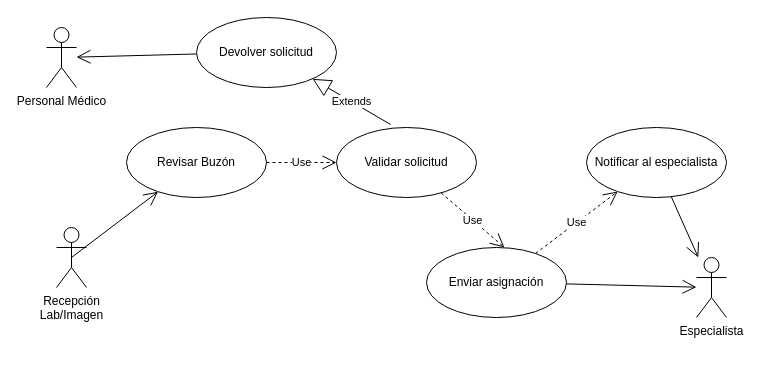
Above: page "CU Recepcionista" (11 of 15) of Diagramas de los Módulos.drawio in marguello86/Equipo1_MINSA (draw.io), before the change. Source tidied: cells renumbered, new cells numbered last; positions are measured from the earlier drawing's top-left corner, leaving out a move shared by most shapes. Both pictures are drawn from the tidied source at 100%, with x=0, y=0 at pixel (46, 17).
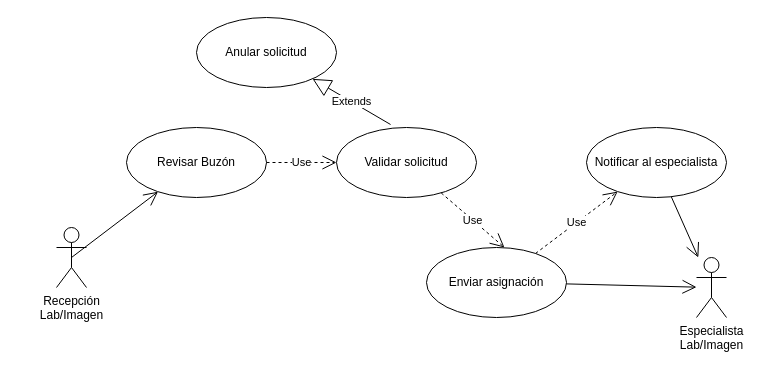
After the change.

Diff of the diagram source:
```diff
@@
 <mxGraphModel>
   <root>
     <mxCell id="0" />
     <mxCell id="1" parent="0" />
     <mxCell id="2" value="Recepción&lt;br&gt;Lab/Imagen" style="shape=umlActor;verticalLabelPosition=bottom;verticalAlign=top;html=1;" parent="1" vertex="1">
       <mxGeometry x="10" y="210" width="30" height="60" as="geometry" />
     </mxCell>
     <mxCell id="3" value="Revisar Buzón" style="ellipse;whiteSpace=wrap;html=1;" parent="1" vertex="1">
       <mxGeometry x="80" y="110" width="140" height="70" as="geometry" />
     </mxCell>
     <mxCell id="4" style="endArrow=open;endFill=1;endSize=12;html=1;rounded=0;exitX=0.5;exitY=0.5;exitDx=0;exitDy=0;exitPerimeter=0;" parent="1" edge="1" source="2" target="3">
       <mxGeometry relative="1" as="geometry" />
     </mxCell>
-    <mxCell id="5" value="Especialista" style="shape=umlActor;verticalLabelPosition=bottom;verticalAlign=top;html=1;" parent="1" vertex="1">
+    <mxCell id="5" value="Especialista&lt;br&gt;Lab/Imagen" style="shape=umlActor;verticalLabelPosition=bottom;verticalAlign=top;html=1;" parent="1" vertex="1">
       <mxGeometry x="650" y="240" width="30" height="60" as="geometry" />
     </mxCell>
     <mxCell id="6" value="Validar solicitud" style="ellipse;whiteSpace=wrap;html=1;" parent="1" vertex="1">
       <mxGeometry x="290" y="110" width="140" height="70" as="geometry" />
     </mxCell>
     <mxCell id="7" value="Use" style="endArrow=open;endSize=12;dashed=1;html=1;rounded=0;" parent="1" edge="1" source="3" target="6">
       <mxGeometry relative="1" as="geometry" />
     </mxCell>
-    <mxCell id="8" value="Personal Médico" style="shape=umlActor;verticalLabelPosition=bottom;verticalAlign=top;html=1;" parent="1" vertex="1">
-      <mxGeometry y="10" width="30" height="60" as="geometry" />
-    </mxCell>
-    <mxCell id="9" value="Devolver solicitud" style="ellipse;whiteSpace=wrap;html=1;" parent="1" vertex="1">
+    <mxCell id="9" value="Anular solicitud" style="ellipse;whiteSpace=wrap;html=1;" parent="1" vertex="1">
       <mxGeometry x="150" width="140" height="70" as="geometry" />
     </mxCell>
     <mxCell id="10" value="Extends" style="endArrow=block;endSize=16;endFill=0;html=1;rounded=0;exitX=0.386;exitY=-0.043;exitDx=0;exitDy=0;exitPerimeter=0;" parent="1" edge="1" source="6" target="9">
       <mxGeometry relative="1" as="geometry" />
     </mxCell>
-    <mxCell id="11" style="endArrow=open;endFill=1;endSize=12;html=1;rounded=0;" parent="1" edge="1" source="9" target="8">
-      <mxGeometry relative="1" as="geometry" />
-    </mxCell>
     <mxCell id="12" value="Enviar asignación" style="ellipse;whiteSpace=wrap;html=1;" parent="1" vertex="1">
       <mxGeometry x="380" y="230" width="140" height="70" as="geometry" />
     </mxCell>
     <mxCell id="13" value="Use" style="endArrow=open;endSize=12;dashed=1;html=1;rounded=0;entryX=0.557;entryY=0;entryDx=0;entryDy=0;entryPerimeter=0;" parent="1" edge="1" source="6" target="12">
       <mxGeometry relative="1" as="geometry" />
     </mxCell>
     <mxCell id="14" value="Use" style="endArrow=open;endSize=12;dashed=1;html=1;rounded=0;" parent="1" edge="1" source="12" target="15">
       <mxGeometry relative="1" as="geometry" />
     </mxCell>
     <mxCell id="15" value="Notificar al especialista" style="ellipse;whiteSpace=wrap;html=1;" parent="1" vertex="1">
       <mxGeometry x="540" y="110" width="140" height="70" as="geometry" />
     </mxCell>
     <mxCell id="16" style="endArrow=open;endFill=1;endSize=12;html=1;rounded=0;" parent="1" edge="1" source="15" target="5">
       <mxGeometry relative="1" as="geometry" />
     </mxCell>
     <mxCell id="17" style="endArrow=open;endFill=1;endSize=12;html=1;rounded=0;" parent="1" edge="1" source="12" target="5">
       <mxGeometry relative="1" as="geometry" />
     </mxCell>
   </root>
 </mxGraphModel>
```
